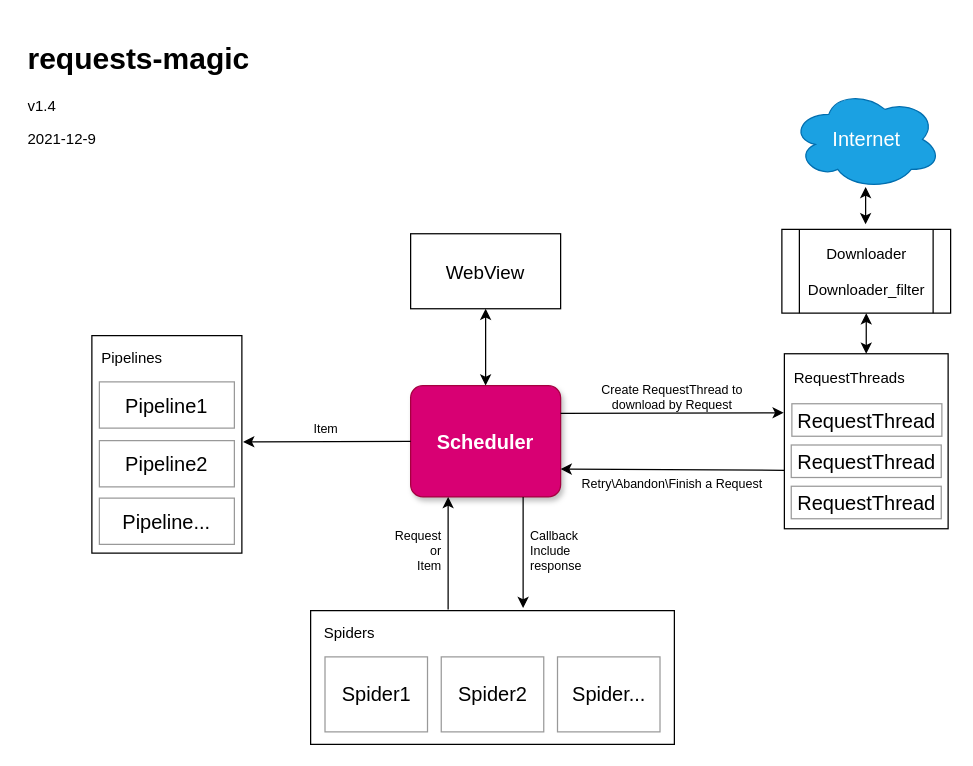
This is project.drawio from Reimenn/requests-magic, a draw.io file, before an edit. Source tidied: cells renumbered, new cells numbered last; positions are measured from the earlier drawing's top-left corner, leaving out a move shared by most shapes. Both pictures are drawn from the tidied source at 125%, with x=0, y=0 at pixel (21, 34).
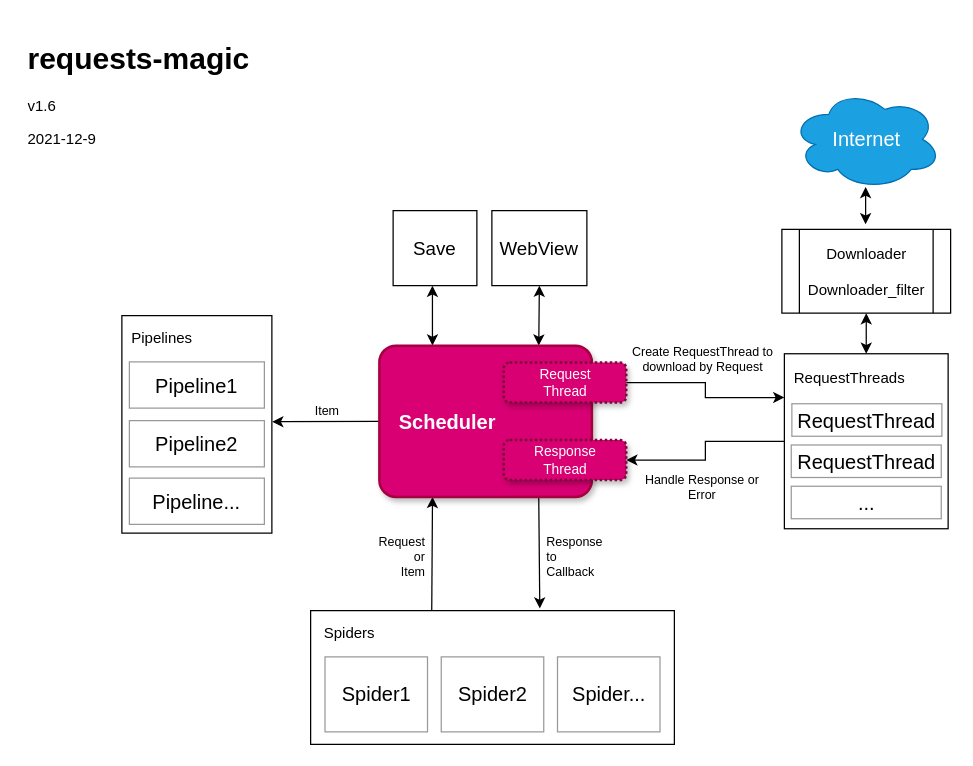
Above is the later version.

Unchanged cells that the change refers to:
```xml
<mxCell id="5" style="rounded=0;whiteSpace=wrap;html=1;shadow=0;glass=0;sketch=0;fontSize=16;" parent="4" vertex="1">
  <mxGeometry width="291" height="107" as="geometry" />
</mxCell>
<mxCell id="16" style="rounded=0;whiteSpace=wrap;html=1;shadow=0;glass=0;sketch=0;fontSize=10;" parent="15" vertex="1">
  <mxGeometry width="120" height="174" as="geometry" />
</mxCell>
<mxCell id="21" style="group;" parent="1" vertex="1">
  <mxGeometry x="610" y="255.5" width="131" height="140" as="geometry" />
</mxCell>
<mxCell id="22" style="rounded=0;whiteSpace=wrap;html=1;shadow=0;glass=0;sketch=0;fontSize=16;" parent="21" vertex="1">
  <mxGeometry width="131" height="140" as="geometry" />
</mxCell>
```

What changed in the source:
```diff
@@
-    <mxCell id="2" value="Scheduler" style="rounded=1;whiteSpace=wrap;html=1;fontSize=16;fontStyle=1;shadow=1;glass=0;sketch=0;fillColor=#d80073;arcSize=11;strokeColor=#A50040;fontColor=#ffffff;" parent="1" vertex="1">
-      <mxGeometry x="311" y="281" width="120" height="89" as="geometry" />
-    </mxCell>
+    <mxCell id="39" style="edgeStyle=none;rounded=0;jettySize=auto;html=1;fontSize=11;startArrow=none;startFill=0;exitX=0.75;exitY=1;exitDx=0;exitDy=0;entryX=0.63;entryY=-0.016;entryDx=0;entryDy=0;entryPerimeter=0;" parent="1" edge="1" source="2" target="5">
+      <mxGeometry relative="1" as="geometry" />
+    </mxCell>
+    <mxCell id="40" style="edgeStyle=none;rounded=0;jettySize=auto;html=1;exitX=0;exitY=0.5;exitDx=0;exitDy=0;entryX=1.002;entryY=0.488;entryDx=0;entryDy=0;entryPerimeter=0;fontSize=11;startArrow=none;startFill=0;" parent="1" edge="1" source="2" target="16">
+      <mxGeometry relative="1" as="geometry" />
+    </mxCell>
@@
-    <mxCell id="10" style="endArrow=classic;html=1;rounded=0;fontSize=16;entryX=0.25;entryY=1;entryDx=0;entryDy=0;" parent="1" edge="1" target="2">
-      <mxGeometry relative="1" as="geometry">
-        <mxPoint x="341" y="460" as="sourcePoint" />
-      </mxGeometry>
-    </mxCell>
     <mxCell id="11" value="Request&lt;br style=&quot;font-size: 10px;&quot;&gt;or&lt;br style=&quot;font-size: 10px;&quot;&gt;Item" style="text;html=1;strokeColor=none;fillColor=none;align=right;verticalAlign=middle;whiteSpace=wrap;rounded=0;shadow=0;glass=0;sketch=0;fontSize=10;" parent="1" vertex="1">
-      <mxGeometry x="277.5" y="382" width="60" height="61" as="geometry" />
+      <mxGeometry x="265" y="387" width="60" height="61" as="geometry" />
     </mxCell>
-    <mxCell id="12" style="endArrow=classic;html=1;rounded=0;fontSize=16;exitX=0.75;exitY=1;exitDx=0;exitDy=0;" parent="1" edge="1" source="2">
-      <mxGeometry relative="1" as="geometry">
-        <mxPoint x="401" y="459" as="targetPoint" />
-      </mxGeometry>
-    </mxCell>
-    <mxCell id="13" value="Callback&lt;br&gt;Include response" style="text;html=1;strokeColor=none;fillColor=none;align=left;verticalAlign=middle;whiteSpace=wrap;rounded=0;shadow=0;glass=0;sketch=0;fontSize=10;" parent="1" vertex="1">
-      <mxGeometry x="404.5" y="382" width="60" height="61" as="geometry" />
+    <mxCell id="13" value="Response&lt;br&gt;to&lt;br&gt;Callback" style="text;html=1;strokeColor=none;fillColor=none;align=left;verticalAlign=middle;whiteSpace=wrap;rounded=0;shadow=0;glass=0;sketch=0;fontSize=10;" parent="1" vertex="1">
+      <mxGeometry x="418" y="387" width="60" height="61" as="geometry" />
     </mxCell>
-    <mxCell id="14" style="endArrow=classic;html=1;rounded=0;fontSize=16;exitX=0;exitY=0.5;exitDx=0;exitDy=0;" parent="1" edge="1" source="2">
-      <mxGeometry relative="1" as="geometry">
-        <mxPoint x="177" y="326" as="targetPoint" />
-      </mxGeometry>
-    </mxCell>
     <mxCell id="15" style="group;" parent="1" vertex="1">
-      <mxGeometry x="56" y="241" width="120" height="174" as="geometry" />
+      <mxGeometry x="80" y="225" width="120" height="174" as="geometry" />
     </mxCell>
@@
-    <mxCell id="26" value="RequestThread" style="rounded=0;whiteSpace=wrap;html=1;shadow=0;glass=0;sketch=0;fontSize=16;opacity=40;" parent="21" vertex="1">
+    <mxCell id="26" value="..." style="rounded=0;whiteSpace=wrap;html=1;shadow=0;glass=0;sketch=0;fontSize=16;opacity=40;" parent="21" vertex="1">
       <mxGeometry x="5.5" y="106" width="120" height="26" as="geometry" />
     </mxCell>
-    <mxCell id="27" style="endArrow=classic;html=1;rounded=0;fontSize=16;entryX=-0.004;entryY=0.337;entryDx=0;entryDy=0;exitX=1;exitY=0.25;exitDx=0;exitDy=0;entryPerimeter=0;" parent="1" edge="1" source="2" target="22">
-      <mxGeometry relative="1" as="geometry" />
-    </mxCell>
     <mxCell id="28" value="Create RequestThread to download by Request" style="text;strokeColor=none;fillColor=none;align=center;verticalAlign=bottom;rounded=0;shadow=0;glass=0;sketch=0;fontSize=10;horizontal=1;whiteSpace=wrap;html=1;spacingTop=0;" parent="1" vertex="1">
-      <mxGeometry x="446" y="274.5" width="149" height="30" as="geometry" />
+      <mxGeometry x="486.5" y="245" width="116" height="30" as="geometry" />
     </mxCell>
-    <mxCell id="29" style="endArrow=classic;html=1;rounded=0;fontSize=10;entryX=1;entryY=0.75;entryDx=0;entryDy=0;exitX=0;exitY=0.666;exitDx=0;exitDy=0;exitPerimeter=0;" parent="1" edge="1" source="22" target="2">
-      <mxGeometry relative="1" as="geometry" />
-    </mxCell>
-    <mxCell id="30" value="Retry\Abandon\Finish a Request" style="text;strokeColor=none;fillColor=none;align=center;verticalAlign=top;rounded=0;shadow=0;glass=0;sketch=0;fontSize=10;horizontal=1;whiteSpace=wrap;html=1;spacingTop=0;" parent="1" vertex="1">
-      <mxGeometry x="446" y="346.5" width="149" height="30" as="geometry" />
+    <mxCell id="30" value="Handle Response or Error" style="text;strokeColor=none;fillColor=none;align=center;verticalAlign=top;rounded=0;shadow=0;glass=0;sketch=0;fontSize=10;horizontal=1;whiteSpace=wrap;html=1;spacingTop=0;" parent="1" vertex="1">
+      <mxGeometry x="494" y="344" width="101" height="30" as="geometry" />
     </mxCell>
     <mxCell id="31" value="Item" style="text;html=1;strokeColor=none;fillColor=none;align=center;verticalAlign=bottom;whiteSpace=wrap;rounded=0;shadow=0;glass=0;sketch=0;fontSize=10;" parent="1" vertex="1">
-      <mxGeometry x="180" y="309" width="127" height="15" as="geometry" />
+      <mxGeometry x="224" y="294.5" width="41" height="15" as="geometry" />
     </mxCell>
@@
-    <mxCell id="36" value="&lt;h1&gt;requests-magic&lt;/h1&gt;&lt;p&gt;v1.4&lt;/p&gt;&lt;p&gt;2021-12-9&lt;/p&gt;" style="text;html=1;strokeColor=none;fillColor=none;spacing=5;spacingTop=-20;whiteSpace=wrap;overflow=hidden;rounded=0;shadow=0;glass=0;sketch=0;fontSize=12;opacity=40;" parent="1" vertex="1">
+    <mxCell id="36" value="&lt;h1&gt;requests-magic&lt;/h1&gt;&lt;p&gt;v1.6&lt;/p&gt;&lt;p&gt;2021-12-9&lt;/p&gt;" style="text;html=1;strokeColor=none;fillColor=none;spacing=5;spacingTop=-20;whiteSpace=wrap;overflow=hidden;rounded=0;shadow=0;glass=0;sketch=0;fontSize=12;opacity=40;" parent="1" vertex="1">
       <mxGeometry width="190" height="101" as="geometry" />
     </mxCell>
     <mxCell id="37" value="WebView" style="rounded=0;whiteSpace=wrap;html=1;fontSize=15;" parent="1" vertex="1">
-      <mxGeometry x="311" y="159.5" width="120" height="60" as="geometry" />
+      <mxGeometry x="376" y="141" width="76" height="60" as="geometry" />
     </mxCell>
-    <mxCell id="38" style="endArrow=classic;startArrow=classic;html=1;rounded=0;fontSize=15;entryX=0.5;entryY=1;entryDx=0;entryDy=0;exitX=0.5;exitY=0;exitDx=0;exitDy=0;" parent="1" edge="1" source="2" target="37">
+    <mxCell id="38" style="endArrow=classic;startArrow=classic;html=1;rounded=0;fontSize=15;entryX=0.5;entryY=1;entryDx=0;entryDy=0;exitX=0.75;exitY=0;exitDx=0;exitDy=0;" parent="1" edge="1" source="2" target="37">
       <mxGeometry relative="1" as="geometry" />
     </mxCell>
+    <mxCell id="41" value="Save" style="rounded=0;whiteSpace=wrap;html=1;fontSize=15;" parent="1" vertex="1">
+      <mxGeometry x="297" y="141" width="67" height="60" as="geometry" />
+    </mxCell>
+    <mxCell id="42" style="endArrow=classic;startArrow=classic;html=1;rounded=0;fontSize=15;entryX=0.469;entryY=1;entryDx=0;entryDy=0;exitX=0.25;exitY=0;exitDx=0;exitDy=0;entryPerimeter=0;" parent="1" edge="1" source="2" target="41">
+      <mxGeometry relative="1" as="geometry" />
+    </mxCell>
+    <mxCell id="43" style="edgeStyle=orthogonalEdgeStyle;rounded=0;jettySize=auto;html=1;entryX=0;entryY=0.25;entryDx=0;entryDy=0;fontSize=11;" parent="1" edge="1" source="47" target="22">
+      <mxGeometry relative="1" as="geometry" />
+    </mxCell>
+    <mxCell id="44" style="edgeStyle=orthogonalEdgeStyle;rounded=0;jettySize=auto;html=1;exitX=0;exitY=0.5;exitDx=0;exitDy=0;entryX=1;entryY=0.5;entryDx=0;entryDy=0;fontSize=11;" parent="1" edge="1" source="22" target="48">
+      <mxGeometry relative="1" as="geometry" />
+    </mxCell>
+    <mxCell id="45" style="edgeStyle=none;rounded=0;jettySize=auto;html=1;exitX=0.333;exitY=0.002;exitDx=0;exitDy=0;entryX=0.25;entryY=1;entryDx=0;entryDy=0;fontSize=11;startArrow=none;startFill=0;exitPerimeter=0;" parent="1" edge="1" source="5" target="2">
+      <mxGeometry relative="1" as="geometry" />
+    </mxCell>
+    <mxCell id="46" style="group;" parent="1" vertex="1">
+      <mxGeometry x="286" y="249" width="197.5" height="121" as="geometry" />
+    </mxCell>
+    <mxCell id="2" value="Scheduler" style="rounded=1;whiteSpace=wrap;html=1;fontSize=16;fontStyle=1;shadow=1;glass=0;sketch=0;fillColor=#d80073;arcSize=11;strokeColor=#A50040;fontColor=#ffffff;align=left;spacingLeft=14;strokeWidth=2;" parent="46" vertex="1">
+      <mxGeometry width="170" height="121" as="geometry" />
+    </mxCell>
+    <mxCell id="47" value="Request&lt;br&gt;Thread" style="rounded=1;whiteSpace=wrap;html=1;fontSize=11;fillColor=#d80073;fontColor=#ffffff;strokeColor=#7A0A37;strokeWidth=2;dashed=1;perimeterSpacing=0;dashPattern=1 1;shadow=1;" parent="46" vertex="1">
+      <mxGeometry x="99.5" y="13.5" width="98" height="32" as="geometry" />
+    </mxCell>
+    <mxCell id="48" value="Response&lt;br&gt;Thread" style="rounded=1;whiteSpace=wrap;html=1;fontSize=11;fillColor=#d80073;fontColor=#ffffff;strokeColor=#7A0A37;strokeWidth=2;dashed=1;perimeterSpacing=0;dashPattern=1 1;shadow=1;" parent="46" vertex="1">
+      <mxGeometry x="99.5" y="75.5" width="98" height="32" as="geometry" />
+    </mxCell>
```
